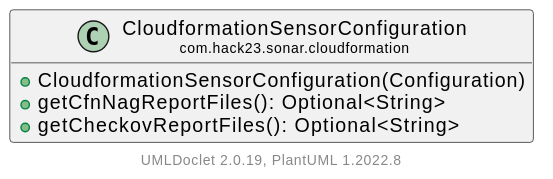
Above: apidocs/com/hack23/sonar/cloudformation/CloudformationSensorConfiguration.svg in Hack23/sonar-cloudformation-plugin (PlantUML), before the change.
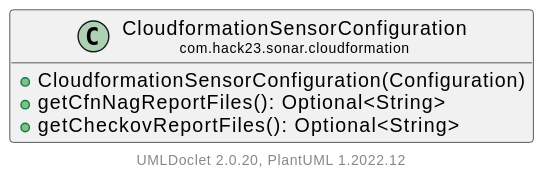
After the commit.

What changed in the source:
```diff
@@ -9,5 +9,5 @@
         +getCheckovReportFiles(): Optional<String>
     }
 
-    center footer UMLDoclet 2.0.19, PlantUML 1.2022.8
+    center footer UMLDoclet 2.0.20, PlantUML 1.2022.12
 @enduml
```
